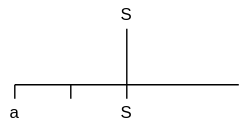
Above: Untitled Diagram.drawio.svg in WassayShahid/Draw.io (draw.io), before the change. Source tidied: cells renumbered, new cells last; positions are measured from the earlier drawing's top-left corner, leaving out a move shared by most shapes.
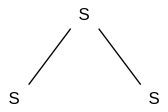
After the change.

The edit, as a diff of the source:
```diff
@@ -5,40 +5,17 @@
     <mxCell id="2" value="S" style="text;html=1;align=center;verticalAlign=middle;whiteSpace=wrap;rounded=0;" parent="1" vertex="1">
       <mxGeometry x="80" width="20" height="20" as="geometry" />
     </mxCell>
-    <mxCell id="3" style="endArrow=none;html=1;rounded=0;entryX=0.5;entryY=1;entryDx=0;entryDy=0;" parent="1" edge="1" target="2">
-      <mxGeometry relative="1" as="geometry">
-        <mxPoint x="90" y="70" as="sourcePoint" />
-      </mxGeometry>
-    </mxCell>
-    <mxCell id="4" style="endArrow=none;html=1;rounded=0;" parent="1" edge="1">
-      <mxGeometry relative="1" as="geometry">
-        <mxPoint x="90" y="60" as="sourcePoint" />
-        <mxPoint x="170" y="60" as="targetPoint" />
-      </mxGeometry>
-    </mxCell>
-    <mxCell id="5" style="endArrow=none;html=1;rounded=0;" parent="1" edge="1">
-      <mxGeometry relative="1" as="geometry">
-        <mxPoint x="10" y="60" as="sourcePoint" />
-        <mxPoint x="90" y="60" as="targetPoint" />
-      </mxGeometry>
-    </mxCell>
     <mxCell id="6" value="S" style="text;html=1;align=center;verticalAlign=middle;whiteSpace=wrap;rounded=0;" parent="1" vertex="1">
-      <mxGeometry x="80" y="70" width="20" height="20" as="geometry" />
+      <mxGeometry x="30" y="60" width="20" height="20" as="geometry" />
     </mxCell>
-    <mxCell id="7" style="endArrow=none;html=1;rounded=0;" parent="1" edge="1">
-      <mxGeometry relative="1" as="geometry">
-        <mxPoint x="10" y="70" as="sourcePoint" />
-        <mxPoint x="10" y="60" as="targetPoint" />
-      </mxGeometry>
-    </mxCell>
-    <mxCell id="8" value="a" style="text;html=1;align=center;verticalAlign=middle;whiteSpace=wrap;rounded=0;" parent="1" vertex="1">
-      <mxGeometry y="70" width="20" height="20" as="geometry" />
-    </mxCell>
-    <mxCell id="9" style="endArrow=none;html=1;rounded=0;" parent="1" edge="1">
-      <mxGeometry relative="1" as="geometry">
-        <mxPoint x="50" y="70" as="sourcePoint" />
-        <mxPoint x="50" y="60" as="targetPoint" />
-      </mxGeometry>
-    </mxCell>
+    <mxCell id="10" style="endArrow=none;html=1;rounded=0;entryX=0;entryY=1;entryDx=0;entryDy=0;exitX=1;exitY=0;exitDx=0;exitDy=0;" parent="1" edge="1" source="6" target="2">
+      <mxGeometry relative="1" as="geometry" />
+    </mxCell>
+    <mxCell id="11" value="S" style="text;html=1;align=center;verticalAlign=middle;whiteSpace=wrap;rounded=0;" parent="1" vertex="1">
+      <mxGeometry x="130" y="60" width="20" height="20" as="geometry" />
+    </mxCell>
+    <mxCell id="12" style="endArrow=none;html=1;rounded=0;entryX=1;entryY=1;entryDx=0;entryDy=0;exitX=0;exitY=0;exitDx=0;exitDy=0;" parent="1" edge="1" source="11" target="2">
+      <mxGeometry relative="1" as="geometry" />
+    </mxCell>
   </root>
 </mxGraphModel>
```
